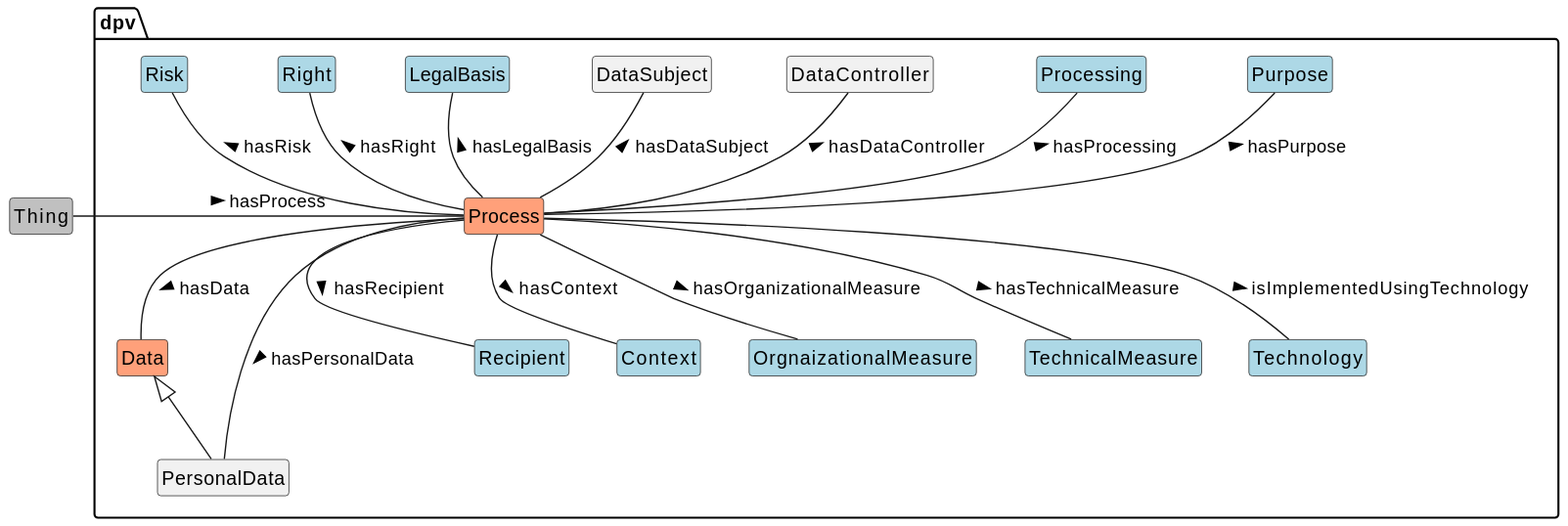
This is 2.1-dev/diagrams/dpv_core.svg from w3c/dpv, a PlantUML export, as it was before one commit.
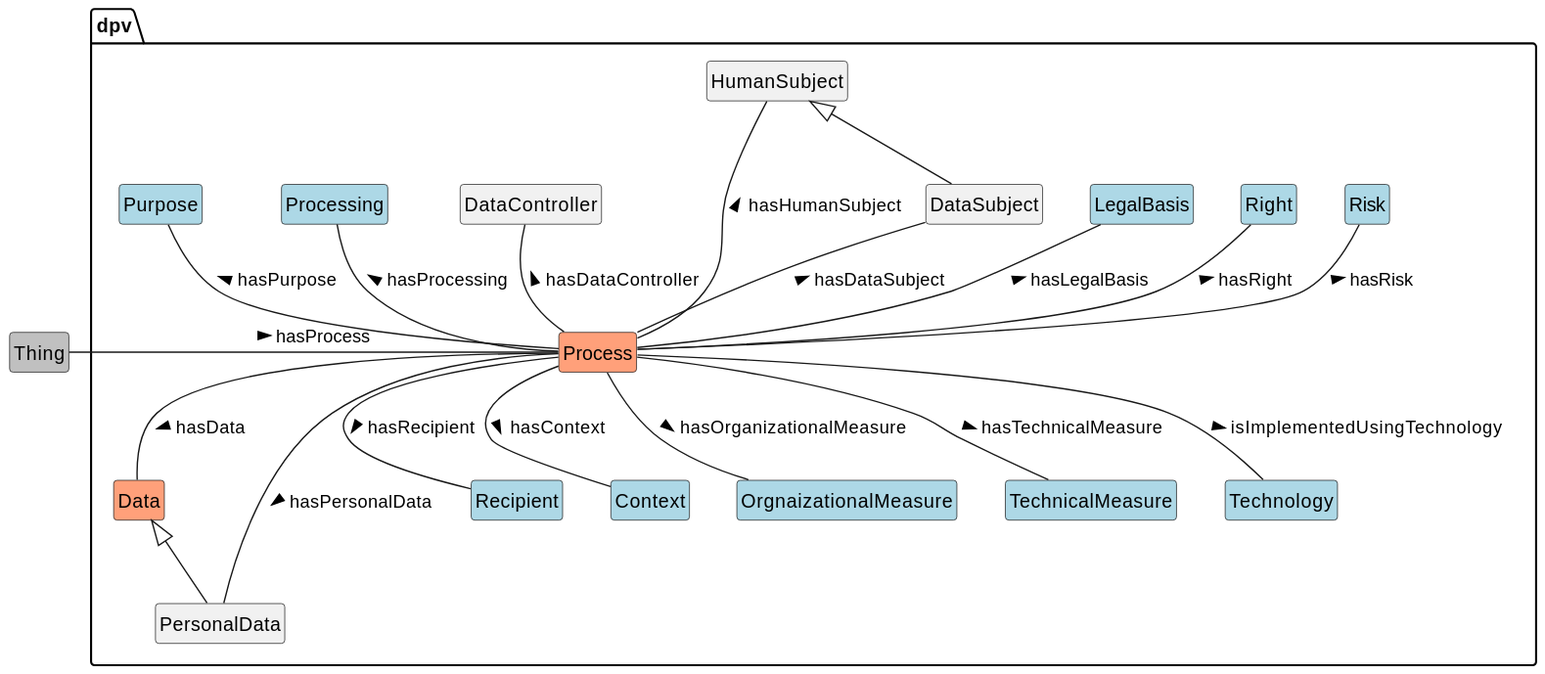
After the change.

Commit message:
diagrams: HumanSubject added (addresses #205 and #198).

Diff of the diagram source:
```diff
@@ -10,6 +10,7 @@
 	class PersonalData
 	class Purpose #LightBlue
 	class DataController
+	class HumanSubject
 	class DataSubject
 	class Recipient #LightBlue
 	class Context #LightBlue
@@ -22,11 +23,13 @@
 	class Technology #LightBlue
 
 	PersonalData -u-|>Data
+	DataSubject -u-|> HumanSubject
 
 	Process -u- Purpose: hasPurpose >
 	Process -u- Processing: hasProcessing >
 	Process -u- DataController: hasDataController >
 	Process -u- DataSubject: hasDataSubject >
+	Process -u- HumanSubject: hasHumanSubject >
 	Process -u- LegalBasis: hasLegalBasis >
 	Process -u- Right: hasRight >
 	Process -u- Risk: hasRisk >
```
